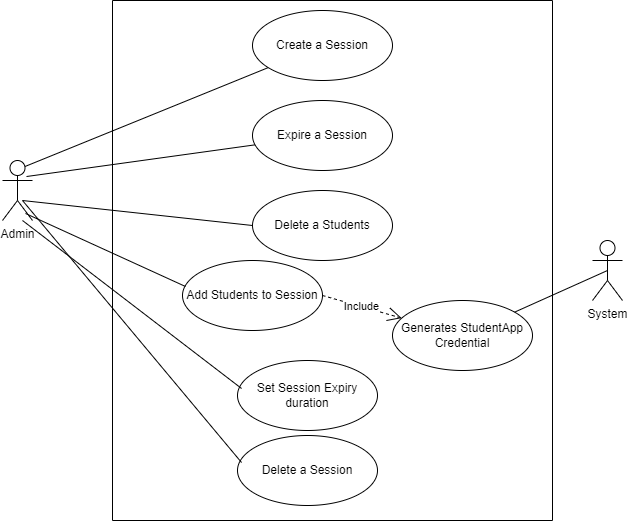
Above: Project Real-Time Bus ID Verification and Tracking/DOCUMENTATION/UseCaseDiagrams/SessionStudentManagement.png in Abubakar-doc/FYP-24-SE-A-204 (draw.io), before the change. Source tidied: cells renumbered, new cells last; positions are measured from the earlier drawing's top-left corner, leaving out a move shared by most shapes.
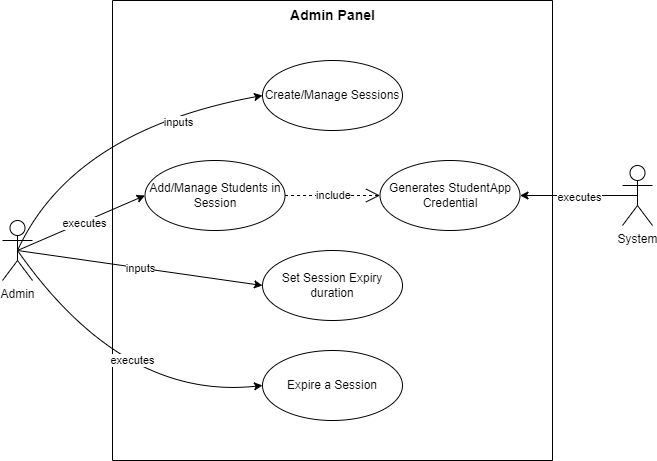
The same diagram one commit later.

What changed in the source:
```diff
@@ -3,62 +3,71 @@
     <mxCell id="0" />
     <mxCell id="1" parent="0" />
     <mxCell id="2" style="swimlane;startSize=0;" parent="1" vertex="1">
-      <mxGeometry x="110" width="440" height="520" as="geometry" />
+      <mxGeometry x="110" width="440" height="460" as="geometry" />
     </mxCell>
-    <mxCell id="3" value="Set Session Expiry duration" style="ellipse;whiteSpace=wrap;html=1;" parent="2" vertex="1">
-      <mxGeometry x="125" y="360" width="140" height="70" as="geometry" />
+    <mxCell id="3" value="Set Session Expiry duration" style="ellipse;whiteSpace=wrap;html=1;fillColor=none;" parent="2" vertex="1">
+      <mxGeometry x="150" y="250" width="140" height="70" as="geometry" />
     </mxCell>
-    <mxCell id="4" value="Delete a Students" style="ellipse;whiteSpace=wrap;html=1;" parent="2" vertex="1">
-      <mxGeometry x="140" y="190" width="140" height="70" as="geometry" />
-    </mxCell>
-    <mxCell id="5" value="Create a Session" style="ellipse;whiteSpace=wrap;html=1;" parent="2" vertex="1">
-      <mxGeometry x="140" y="10" width="140" height="70" as="geometry" />
+    <mxCell id="5" value="Create/Manage Sessions" style="ellipse;whiteSpace=wrap;html=1;fillColor=none;" parent="2" vertex="1">
+      <mxGeometry x="150" y="60" width="140" height="70" as="geometry" />
     </mxCell>
-    <mxCell id="6" value="Expire a Session" style="ellipse;whiteSpace=wrap;html=1;" parent="2" vertex="1">
-      <mxGeometry x="140" y="100" width="140" height="70" as="geometry" />
-    </mxCell>
-    <mxCell id="7" value="Delete a Session" style="ellipse;whiteSpace=wrap;html=1;" parent="2" vertex="1">
-      <mxGeometry x="125" y="435" width="140" height="70" as="geometry" />
-    </mxCell>
-    <mxCell id="8" value="Generates StudentApp Credential" style="ellipse;whiteSpace=wrap;html=1;" parent="2" vertex="1">
-      <mxGeometry x="280" y="300" width="140" height="70" as="geometry" />
+    <mxCell id="8" value="Generates StudentApp Credential" style="ellipse;whiteSpace=wrap;html=1;fillColor=none;" parent="2" vertex="1">
+      <mxGeometry x="267.5" y="160" width="140" height="70" as="geometry" />
     </mxCell>
-    <mxCell id="9" value="Add Students to Session" style="ellipse;whiteSpace=wrap;html=1;" parent="2" vertex="1">
-      <mxGeometry x="70" y="260" width="140" height="70" as="geometry" />
+    <mxCell id="9" value="Add/Manage Students in Session" style="ellipse;whiteSpace=wrap;html=1;fillColor=none;" parent="2" vertex="1">
+      <mxGeometry x="32.5" y="160" width="140" height="70" as="geometry" />
     </mxCell>
-    <mxCell id="10" value="Include" style="endArrow=open;endSize=12;dashed=1;html=1;rounded=0;exitX=1;exitY=0.5;exitDx=0;exitDy=0;" parent="2" edge="1" source="9" target="8">
+    <mxCell id="10" value="include" style="endArrow=open;endSize=12;dashed=1;html=1;rounded=0;exitX=1;exitY=0.5;exitDx=0;exitDy=0;" parent="2" edge="1" source="9" target="8">
       <mxGeometry relative="1" as="geometry" />
     </mxCell>
+    <mxCell id="20" value="&lt;b&gt;&lt;font style=&quot;font-size: 14px;&quot;&gt;Admin Panel&lt;/font&gt;&lt;/b&gt;" style="text;html=1;align=center;verticalAlign=middle;strokeColor=none;fillColor=none;" parent="2" vertex="1">
+      <mxGeometry x="165" width="110" height="30" as="geometry" />
+    </mxCell>
+    <mxCell id="6" value="Expire a Session" style="ellipse;whiteSpace=wrap;html=1;fillColor=none;" parent="2" vertex="1">
+      <mxGeometry x="150" y="350" width="140" height="70" as="geometry" />
+    </mxCell>
+    <mxCell id="13" style="rounded=0;jettySize=auto;html=1;exitX=0.5;exitY=0.5;exitDx=0;exitDy=0;exitPerimeter=0;entryX=0;entryY=0.5;entryDx=0;entryDy=0;curved=1;" parent="1" edge="1" source="11" target="5">
+      <mxGeometry relative="1" as="geometry">
+        <Array as="points">
+          <mxPoint x="70" y="130" />
+        </Array>
+      </mxGeometry>
+    </mxCell>
+    <mxCell id="21" value="inputs" style="edgeLabel;html=1;align=center;verticalAlign=middle;" parent="13" vertex="1">
+      <mxGeometry x="0.46" y="-11" relative="1" as="geometry" />
+    </mxCell>
+    <mxCell id="14" style="rounded=0;jettySize=auto;html=1;exitX=0.5;exitY=0.5;exitDx=0;exitDy=0;exitPerimeter=0;entryX=0;entryY=0.5;entryDx=0;entryDy=0;curved=1;" parent="1" edge="1" source="11" target="6">
+      <mxGeometry relative="1" as="geometry">
+        <Array as="points">
+          <mxPoint x="120" y="400" />
+        </Array>
+      </mxGeometry>
+    </mxCell>
+    <mxCell id="22" value="executes" style="edgeLabel;html=1;align=center;verticalAlign=middle;" parent="14" vertex="1">
+      <mxGeometry x="0.17" y="29" relative="1" as="geometry">
+        <mxPoint x="7" y="-11" as="offset" />
+      </mxGeometry>
+    </mxCell>
+    <mxCell id="16" style="rounded=0;jettySize=auto;html=1;exitX=0.5;exitY=0.5;exitDx=0;exitDy=0;exitPerimeter=0;entryX=0;entryY=0.5;entryDx=0;entryDy=0;" parent="1" edge="1" source="11" target="9">
+      <mxGeometry relative="1" as="geometry" />
+    </mxCell>
+    <mxCell id="23" value="executes" style="edgeLabel;html=1;align=center;verticalAlign=middle;" parent="16" vertex="1">
+      <mxGeometry x="0.04" y="-1" relative="1" as="geometry" />
+    </mxCell>
+    <mxCell id="24" value="inputs" style="rounded=0;jettySize=auto;html=1;exitX=0.5;exitY=0.5;exitDx=0;exitDy=0;exitPerimeter=0;entryX=0;entryY=0.5;entryDx=0;entryDy=0;" parent="1" edge="1" source="11" target="3">
+      <mxGeometry relative="1" as="geometry" />
+    </mxCell>
     <mxCell id="11" value="Admin" style="shape=umlActor;verticalLabelPosition=bottom;verticalAlign=top;html=1;" parent="1" vertex="1">
-      <mxGeometry y="160" width="30" height="60" as="geometry" />
+      <mxGeometry y="220" width="30" height="60" as="geometry" />
     </mxCell>
+    <mxCell id="25" style="rounded=0;jettySize=auto;html=1;exitX=0.5;exitY=0.5;exitDx=0;exitDy=0;exitPerimeter=0;entryX=1;entryY=0.5;entryDx=0;entryDy=0;" parent="1" edge="1" source="12" target="8">
+      <mxGeometry relative="1" as="geometry" />
+    </mxCell>
+    <mxCell id="26" value="executes" style="edgeLabel;html=1;align=center;verticalAlign=middle;" parent="25" vertex="1">
+      <mxGeometry y="1" relative="1" as="geometry" />
+    </mxCell>
     <mxCell id="12" value="System" style="shape=umlActor;verticalLabelPosition=bottom;verticalAlign=top;html=1;" parent="1" vertex="1">
-      <mxGeometry x="590" y="240" width="30" height="60" as="geometry" />
+      <mxGeometry x="620" y="165" width="30" height="60" as="geometry" />
     </mxCell>
-    <mxCell id="13" style="endArrow=none;html=1;rounded=0;exitX=0.75;exitY=0.1;exitDx=0;exitDy=0;exitPerimeter=0;" parent="1" edge="1" source="11" target="5">
-      <mxGeometry relative="1" as="geometry" />
-    </mxCell>
-    <mxCell id="14" style="endArrow=none;html=1;rounded=0;exitX=0.8;exitY=0.267;exitDx=0;exitDy=0;exitPerimeter=0;" parent="1" edge="1" source="11" target="6">
-      <mxGeometry relative="1" as="geometry" />
-    </mxCell>
-    <mxCell id="15" style="endArrow=none;html=1;rounded=0;exitX=0.667;exitY=0.667;exitDx=0;exitDy=0;exitPerimeter=0;entryX=0;entryY=0.5;entryDx=0;entryDy=0;" parent="1" edge="1" source="11" target="4">
-      <mxGeometry relative="1" as="geometry" />
-    </mxCell>
-    <mxCell id="16" style="endArrow=none;html=1;rounded=0;exitX=0.767;exitY=0.883;exitDx=0;exitDy=0;exitPerimeter=0;entryX=0.021;entryY=0.371;entryDx=0;entryDy=0;entryPerimeter=0;" parent="1" edge="1" source="11" target="9">
-      <mxGeometry relative="1" as="geometry" />
-    </mxCell>
-    <mxCell id="17" style="endArrow=none;html=1;rounded=0;entryX=0.029;entryY=0.4;entryDx=0;entryDy=0;entryPerimeter=0;" parent="1" edge="1" target="3">
-      <mxGeometry relative="1" as="geometry">
-        <mxPoint x="20" y="220" as="sourcePoint" />
-      </mxGeometry>
-    </mxCell>
-    <mxCell id="18" style="endArrow=none;html=1;rounded=0;entryX=0.029;entryY=0.386;entryDx=0;entryDy=0;entryPerimeter=0;" parent="1" edge="1" target="7">
-      <mxGeometry relative="1" as="geometry">
-        <mxPoint x="20" y="200" as="sourcePoint" />
-      </mxGeometry>
-    </mxCell>
-    <mxCell id="19" style="endArrow=none;html=1;rounded=0;entryX=0.5;entryY=0.5;entryDx=0;entryDy=0;entryPerimeter=0;" parent="1" edge="1" source="8" target="12">
-      <mxGeometry relative="1" as="geometry" />
-    </mxCell>
   </root>
 </mxGraphModel>
```
